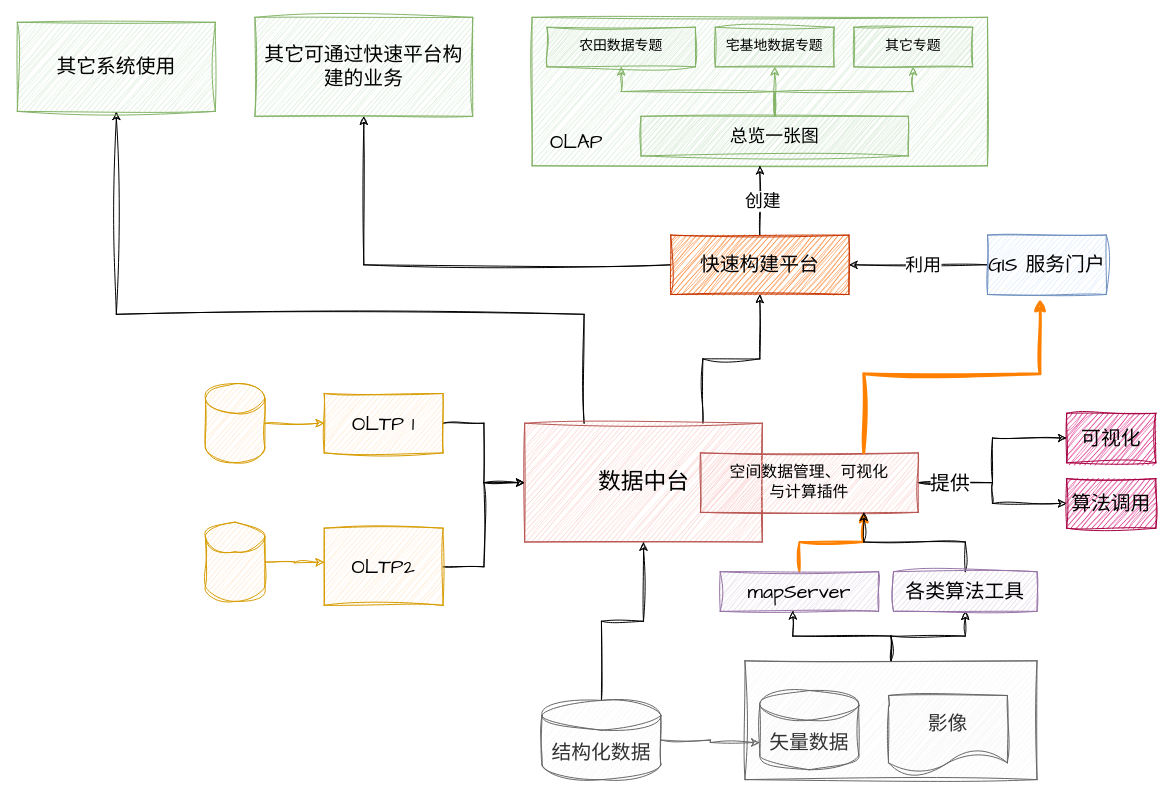
Before: page "20230109" (4 of 4) of GIS 一张图.drawio in GISering/diagram, a draw.io diagram. Source tidied: cells renumbered, new cells numbered last; positions are measured from the earlier drawing's top-left corner, leaving out a move shared by most shapes. Both pictures are drawn from the tidied source at 99%, with x=0, y=0 at pixel (17, 17).
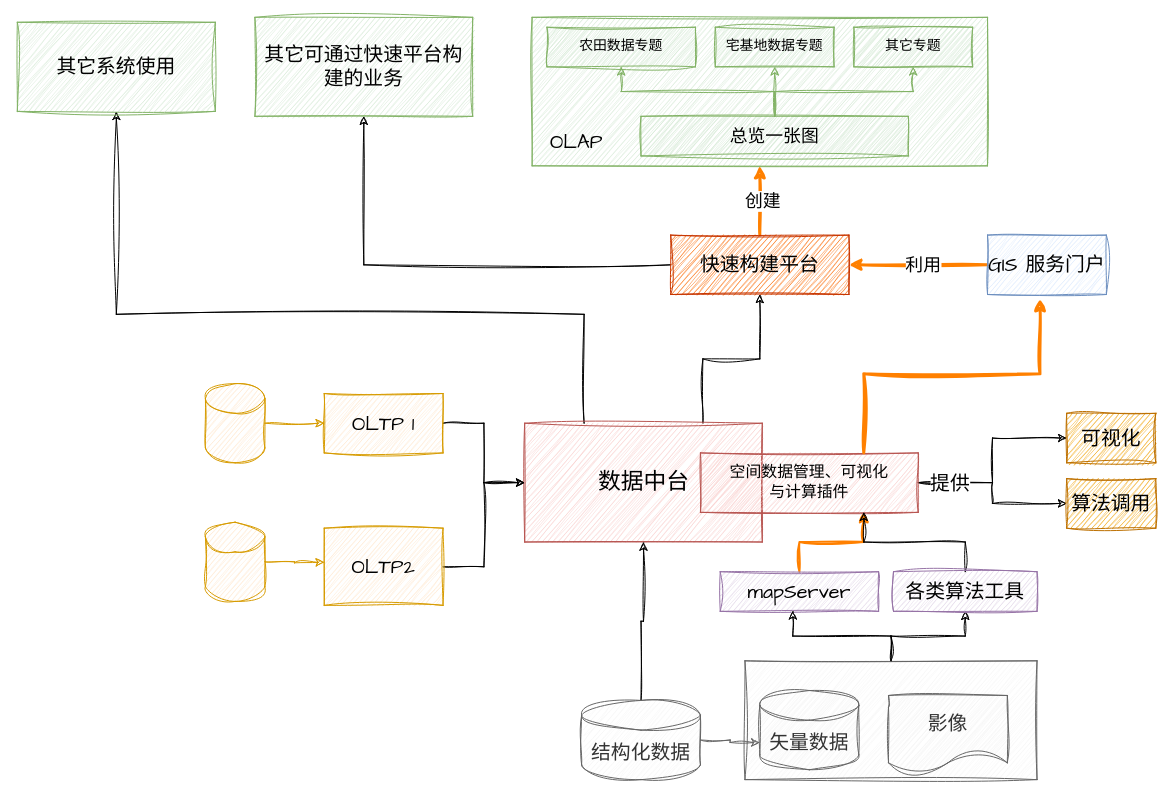
After the change.

Commit message:
更新GIS 一张图.drawio

The change refers to these unchanged cells:
```xml
<mxCell id="28" style="rounded=0;whiteSpace=wrap;html=1;sketch=1;hachureGap=4;jiggle=2;curveFitting=1;fontFamily=Architects Daughter;fontSize=20;fillColor=#d5e8d4;strokeColor=#82b366;" parent="1" vertex="1">
  <mxGeometry x="520" width="460" height="150" as="geometry" />
</mxCell>
<mxCell id="38" value="GIS 服务门户" style="rounded=0;whiteSpace=wrap;html=1;sketch=1;hachureGap=4;jiggle=2;curveFitting=1;fontFamily=Architects Daughter;fontSize=20;fillColor=#dae8fc;strokeColor=#6c8ebf;" parent="1" vertex="1">
  <mxGeometry x="980" y="220" width="120" height="60" as="geometry" />
</mxCell>
<mxCell id="42" value="快速构建平台" style="rounded=0;whiteSpace=wrap;html=1;sketch=1;hachureGap=4;jiggle=2;curveFitting=1;fontFamily=Architects Daughter;fontSize=20;fillColor=#fa6800;fontColor=#000000;strokeColor=#C73500;" parent="1" vertex="1">
  <mxGeometry x="660" y="220" width="180" height="60" as="geometry" />
</mxCell>
```

What changed in the source:
```diff
@@
     <mxCell id="12" value="结构化数据" style="shape=cylinder3;whiteSpace=wrap;html=1;boundedLbl=1;backgroundOutline=1;size=15;sketch=1;hachureGap=4;jiggle=2;curveFitting=1;fontFamily=Architects Daughter;fontSize=20;fillColor=#f5f5f5;fontColor=#333333;strokeColor=#666666;" parent="1" vertex="1">
-      <mxGeometry x="530" y="690" width="120" height="80" as="geometry" />
+      <mxGeometry x="570" y="690" width="120" height="80" as="geometry" />
     </mxCell>
@@
-    <mxCell id="36" style="edgeStyle=orthogonalEdgeStyle;rounded=0;sketch=1;hachureGap=4;jiggle=2;curveFitting=1;jettySize=auto;html=1;exitX=0;exitY=0.5;exitDx=0;exitDy=0;entryX=1;entryY=0.5;entryDx=0;entryDy=0;fontFamily=Architects Daughter;fontSize=16;" parent="1" edge="1" source="38" target="42">
+    <mxCell id="36" style="edgeStyle=orthogonalEdgeStyle;rounded=0;sketch=1;hachureGap=4;jiggle=2;curveFitting=1;jettySize=auto;html=1;exitX=0;exitY=0.5;exitDx=0;exitDy=0;entryX=1;entryY=0.5;entryDx=0;entryDy=0;fontFamily=Architects Daughter;fontSize=16;strokeColor=#FF8000;strokeWidth=3;" parent="1" edge="1" source="38" target="42">
       <mxGeometry relative="1" as="geometry" />
     </mxCell>
@@
-    <mxCell id="39" style="edgeStyle=orthogonalEdgeStyle;rounded=0;sketch=1;hachureGap=4;jiggle=2;curveFitting=1;jettySize=auto;html=1;exitX=0.5;exitY=0;exitDx=0;exitDy=0;entryX=0.5;entryY=1;entryDx=0;entryDy=0;fontFamily=Architects Daughter;fontSize=16;" parent="1" edge="1" source="42" target="28">
+    <mxCell id="39" style="edgeStyle=orthogonalEdgeStyle;rounded=0;sketch=1;hachureGap=4;jiggle=2;curveFitting=1;jettySize=auto;html=1;exitX=0.5;exitY=0;exitDx=0;exitDy=0;entryX=0.5;entryY=1;entryDx=0;entryDy=0;fontFamily=Architects Daughter;fontSize=16;strokeColor=#FF8000;strokeWidth=3;" parent="1" edge="1" source="42" target="28">
       <mxGeometry relative="1" as="geometry" />
     </mxCell>
@@
-    <mxCell id="48" value="可视化" style="rounded=0;whiteSpace=wrap;html=1;sketch=1;hachureGap=4;jiggle=2;curveFitting=1;fontFamily=Architects Daughter;fontSize=20;fillColor=#d80073;strokeColor=#A50040;fontColor=#000000;" parent="1" vertex="1">
+    <mxCell id="48" value="可视化" style="rounded=0;whiteSpace=wrap;html=1;sketch=1;hachureGap=4;jiggle=2;curveFitting=1;fontFamily=Architects Daughter;fontSize=20;fillColor=#f0a30a;strokeColor=#BD7000;fontColor=#000000;" parent="1" vertex="1">
       <mxGeometry x="1060" y="400" width="90" height="50" as="geometry" />
     </mxCell>
-    <mxCell id="49" value="算法调用" style="rounded=0;whiteSpace=wrap;html=1;sketch=1;hachureGap=4;jiggle=2;curveFitting=1;fontFamily=Architects Daughter;fontSize=20;fillColor=#d80073;strokeColor=#A50040;fontColor=#000000;" parent="1" vertex="1">
+    <mxCell id="49" value="算法调用" style="rounded=0;whiteSpace=wrap;html=1;sketch=1;hachureGap=4;jiggle=2;curveFitting=1;fontFamily=Architects Daughter;fontSize=20;fillColor=#f0a30a;strokeColor=#BD7000;fontColor=#000000;" parent="1" vertex="1">
       <mxGeometry x="1060" y="466" width="90" height="50" as="geometry" />
     </mxCell>
```
